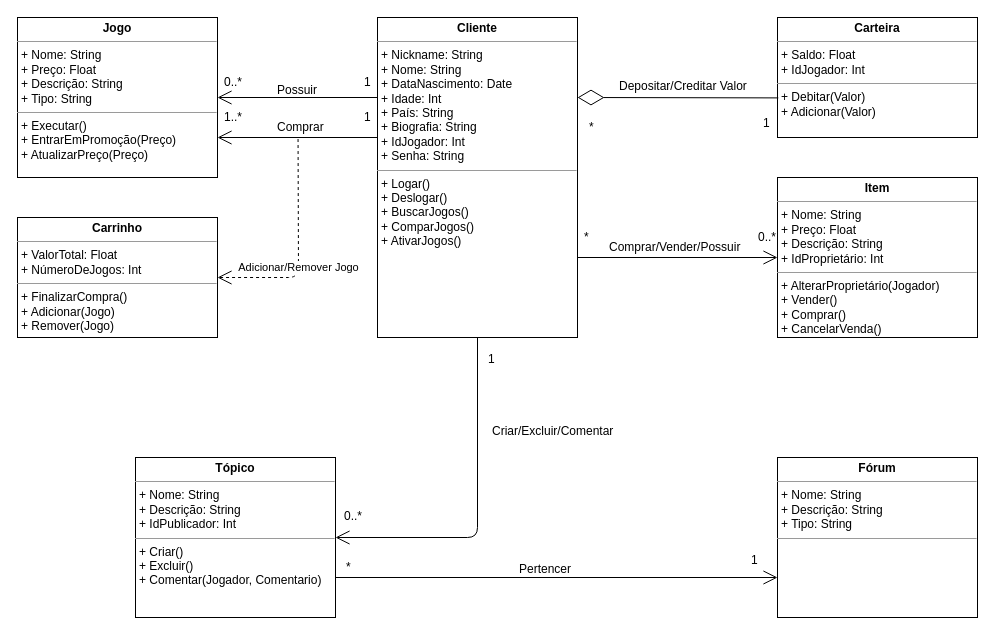
The draw.io diagram DiagramaClasses.drawio in Nathy14/Steam-PJTsoftware, before the edit. Source tidied: cells renumbered, new cells numbered last; positions are measured from the earlier drawing's top-left corner, leaving out a move shared by most shapes. Both pictures are drawn from the tidied source at 100%, with x=0, y=0 at pixel (17, 17).
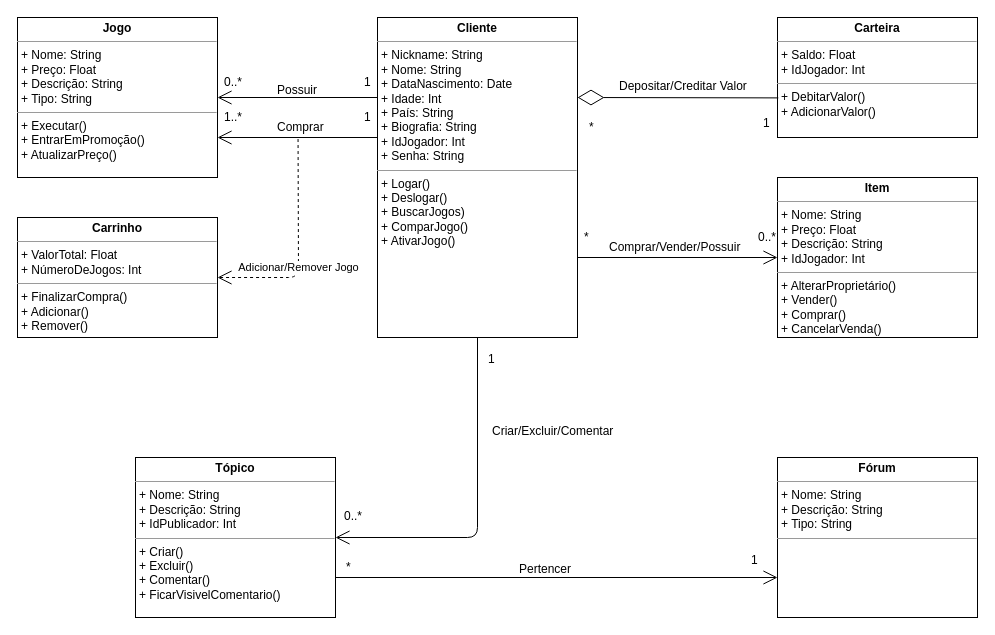
Above is the later version.

What changed in the source:
```diff
@@
-    <mxCell id="2" value="&lt;p style=&quot;margin: 0px ; margin-top: 4px ; text-align: center&quot;&gt;&lt;b&gt;Cliente&lt;/b&gt;&lt;/p&gt;&lt;hr size=&quot;1&quot;&gt;&lt;p style=&quot;margin: 0px ; margin-left: 4px&quot;&gt;+ Nickname: String&lt;br&gt;+ Nome: String&lt;br&gt;+ DataNascimento: Date&lt;br&gt;+ Idade: Int&lt;br&gt;+ País: String&lt;br&gt;+ Biografia: String&lt;br&gt;+ IdJogador: Int&lt;br&gt;+ Senha: String&lt;/p&gt;&lt;hr size=&quot;1&quot;&gt;&lt;p style=&quot;margin: 0px ; margin-left: 4px&quot;&gt;+ Logar()&lt;/p&gt;&lt;p style=&quot;margin: 0px ; margin-left: 4px&quot;&gt;+ Deslogar()&lt;br&gt;+ BuscarJogos()&lt;br&gt;+ ComparJogos()&lt;br&gt;+ AtivarJogos()&lt;br&gt;&lt;/p&gt;" style="verticalAlign=top;align=left;overflow=fill;fontSize=12;fontFamily=Helvetica;html=1;" parent="1" vertex="1">
+    <mxCell id="2" value="&lt;p style=&quot;margin: 0px ; margin-top: 4px ; text-align: center&quot;&gt;&lt;b&gt;Cliente&lt;/b&gt;&lt;/p&gt;&lt;hr size=&quot;1&quot;&gt;&lt;p style=&quot;margin: 0px ; margin-left: 4px&quot;&gt;+ Nickname: String&lt;br&gt;+ Nome: String&lt;br&gt;+ DataNascimento: Date&lt;br&gt;+ Idade: Int&lt;br&gt;+ País: String&lt;br&gt;+ Biografia: String&lt;br&gt;+ IdJogador: Int&lt;br&gt;+ Senha: String&lt;/p&gt;&lt;hr size=&quot;1&quot;&gt;&lt;p style=&quot;margin: 0px ; margin-left: 4px&quot;&gt;+ Logar()&lt;/p&gt;&lt;p style=&quot;margin: 0px ; margin-left: 4px&quot;&gt;+ Deslogar()&lt;br&gt;+ BuscarJogos)&lt;br&gt;+ ComparJogo()&lt;br&gt;+ AtivarJogo()&lt;br&gt;&lt;/p&gt;" style="verticalAlign=top;align=left;overflow=fill;fontSize=12;fontFamily=Helvetica;html=1;" parent="1" vertex="1">
       <mxGeometry x="360" width="200" height="320" as="geometry" />
     </mxCell>
-    <mxCell id="3" value="&lt;p style=&quot;margin: 0px ; margin-top: 4px ; text-align: center&quot;&gt;&lt;b&gt;Carteira&lt;/b&gt;&lt;/p&gt;&lt;hr size=&quot;1&quot;&gt;&lt;p style=&quot;margin: 0px ; margin-left: 4px&quot;&gt;+ Saldo: Float&lt;br&gt;+ IdJogador: Int&lt;/p&gt;&lt;hr size=&quot;1&quot;&gt;&lt;p style=&quot;margin: 0px ; margin-left: 4px&quot;&gt;+ Debitar(Valor)&lt;br&gt;+ Adicionar(Valor)&lt;/p&gt;" style="verticalAlign=top;align=left;overflow=fill;fontSize=12;fontFamily=Helvetica;html=1;" parent="1" vertex="1">
+    <mxCell id="3" value="&lt;p style=&quot;margin: 0px ; margin-top: 4px ; text-align: center&quot;&gt;&lt;b&gt;Carteira&lt;/b&gt;&lt;/p&gt;&lt;hr size=&quot;1&quot;&gt;&lt;p style=&quot;margin: 0px ; margin-left: 4px&quot;&gt;+ Saldo: Float&lt;br&gt;+ IdJogador: Int&lt;/p&gt;&lt;hr size=&quot;1&quot;&gt;&lt;p style=&quot;margin: 0px ; margin-left: 4px&quot;&gt;+ DebitarValor()&lt;br&gt;+ AdicionarValor()&lt;/p&gt;" style="verticalAlign=top;align=left;overflow=fill;fontSize=12;fontFamily=Helvetica;html=1;" parent="1" vertex="1">
       <mxGeometry x="760" width="200" height="120" as="geometry" />
     </mxCell>
-    <mxCell id="4" value="&lt;p style=&quot;margin: 0px ; margin-top: 4px ; text-align: center&quot;&gt;&lt;b&gt;Carrinho&lt;/b&gt;&lt;/p&gt;&lt;hr size=&quot;1&quot;&gt;&lt;p style=&quot;margin: 0px ; margin-left: 4px&quot;&gt;+ ValorTotal: Float&lt;br&gt;+ NúmeroDeJogos: Int&lt;/p&gt;&lt;hr size=&quot;1&quot;&gt;&lt;p style=&quot;margin: 0px ; margin-left: 4px&quot;&gt;+ FinalizarCompra()&lt;br&gt;+ Adicionar(Jogo)&lt;br&gt;+ Remover(Jogo)&lt;/p&gt;" style="verticalAlign=top;align=left;overflow=fill;fontSize=12;fontFamily=Helvetica;html=1;" parent="1" vertex="1">
+    <mxCell id="4" value="&lt;p style=&quot;margin: 0px ; margin-top: 4px ; text-align: center&quot;&gt;&lt;b&gt;Carrinho&lt;/b&gt;&lt;/p&gt;&lt;hr size=&quot;1&quot;&gt;&lt;p style=&quot;margin: 0px ; margin-left: 4px&quot;&gt;+ ValorTotal: Float&lt;br&gt;+ NúmeroDeJogos: Int&lt;/p&gt;&lt;hr size=&quot;1&quot;&gt;&lt;p style=&quot;margin: 0px ; margin-left: 4px&quot;&gt;+ FinalizarCompra()&lt;br&gt;+ Adicionar()&lt;br&gt;+ Remover()&lt;/p&gt;" style="verticalAlign=top;align=left;overflow=fill;fontSize=12;fontFamily=Helvetica;html=1;" parent="1" vertex="1">
       <mxGeometry y="200" width="200" height="120" as="geometry" />
     </mxCell>
-    <mxCell id="5" value="&lt;p style=&quot;margin: 0px ; margin-top: 4px ; text-align: center&quot;&gt;&lt;b&gt;Jogo&lt;/b&gt;&lt;/p&gt;&lt;hr size=&quot;1&quot;&gt;&lt;p style=&quot;margin: 0px ; margin-left: 4px&quot;&gt;+ Nome: String&lt;br&gt;+ Preço: Float&lt;br&gt;+ Descrição: String&lt;br&gt;+ Tipo: String&lt;/p&gt;&lt;hr size=&quot;1&quot;&gt;&lt;p style=&quot;margin: 0px ; margin-left: 4px&quot;&gt;+ Executar()&lt;br&gt;+ EntrarEmPromoção(Preço)&lt;br&gt;+ AtualizarPreço(Preço)&lt;/p&gt;" style="verticalAlign=top;align=left;overflow=fill;fontSize=12;fontFamily=Helvetica;html=1;" parent="1" vertex="1">
+    <mxCell id="5" value="&lt;p style=&quot;margin: 0px ; margin-top: 4px ; text-align: center&quot;&gt;&lt;b&gt;Jogo&lt;/b&gt;&lt;/p&gt;&lt;hr size=&quot;1&quot;&gt;&lt;p style=&quot;margin: 0px ; margin-left: 4px&quot;&gt;+ Nome: String&lt;br&gt;+ Preço: Float&lt;br&gt;+ Descrição: String&lt;br&gt;+ Tipo: String&lt;/p&gt;&lt;hr size=&quot;1&quot;&gt;&lt;p style=&quot;margin: 0px ; margin-left: 4px&quot;&gt;+ Executar()&lt;br&gt;+ EntrarEmPromoção()&lt;br&gt;+ AtualizarPreço()&lt;/p&gt;" style="verticalAlign=top;align=left;overflow=fill;fontSize=12;fontFamily=Helvetica;html=1;" parent="1" vertex="1">
       <mxGeometry width="200" height="160" as="geometry" />
     </mxCell>
-    <mxCell id="6" value="&lt;p style=&quot;margin: 0px ; margin-top: 4px ; text-align: center&quot;&gt;&lt;b&gt;Tópico&lt;/b&gt;&lt;/p&gt;&lt;hr size=&quot;1&quot;&gt;&lt;p style=&quot;margin: 0px ; margin-left: 4px&quot;&gt;+ Nome: String&lt;br&gt;+ Descrição: String&lt;br&gt;+ IdPublicador: Int&lt;/p&gt;&lt;hr size=&quot;1&quot;&gt;&lt;p style=&quot;margin: 0px ; margin-left: 4px&quot;&gt;+ Criar()&lt;br&gt;+ Excluir()&lt;br&gt;+ Comentar(Jogador, Comentario)&lt;br&gt;&lt;br&gt;&lt;/p&gt;" style="verticalAlign=top;align=left;overflow=fill;fontSize=12;fontFamily=Helvetica;html=1;" parent="1" vertex="1">
+    <mxCell id="6" value="&lt;p style=&quot;margin: 0px ; margin-top: 4px ; text-align: center&quot;&gt;&lt;b&gt;Tópico&lt;/b&gt;&lt;/p&gt;&lt;hr size=&quot;1&quot;&gt;&lt;p style=&quot;margin: 0px ; margin-left: 4px&quot;&gt;+ Nome: String&lt;br&gt;+ Descrição: String&lt;br&gt;+ IdPublicador: Int&lt;/p&gt;&lt;hr size=&quot;1&quot;&gt;&lt;p style=&quot;margin: 0px ; margin-left: 4px&quot;&gt;+ Criar()&lt;br&gt;+ Excluir()&lt;br&gt;+ Comentar()&lt;/p&gt;&lt;p style=&quot;margin: 0px ; margin-left: 4px&quot;&gt;+ FicarVisivelComentario()&lt;br&gt;&lt;br&gt;&lt;/p&gt;" style="verticalAlign=top;align=left;overflow=fill;fontSize=12;fontFamily=Helvetica;html=1;" parent="1" vertex="1">
       <mxGeometry x="118" y="440" width="200" height="160" as="geometry" />
     </mxCell>
-    <mxCell id="7" value="&lt;p style=&quot;margin: 0px ; margin-top: 4px ; text-align: center&quot;&gt;&lt;b&gt;Item&lt;/b&gt;&lt;/p&gt;&lt;hr size=&quot;1&quot;&gt;&lt;p style=&quot;margin: 0px ; margin-left: 4px&quot;&gt;+ Nome: String&lt;br&gt;+ Preço: Float&lt;br&gt;+ Descrição: String&lt;br&gt;+ IdProprietário: Int&lt;/p&gt;&lt;hr size=&quot;1&quot;&gt;&lt;p style=&quot;margin: 0px ; margin-left: 4px&quot;&gt;+ AlterarProprietário(Jogador)&lt;br&gt;+ Vender()&lt;br&gt;+ Comprar()&lt;br&gt;+ CancelarVenda()&lt;/p&gt;" style="verticalAlign=top;align=left;overflow=fill;fontSize=12;fontFamily=Helvetica;html=1;" parent="1" vertex="1">
+    <mxCell id="7" value="&lt;p style=&quot;margin: 0px ; margin-top: 4px ; text-align: center&quot;&gt;&lt;b&gt;Item&lt;/b&gt;&lt;/p&gt;&lt;hr size=&quot;1&quot;&gt;&lt;p style=&quot;margin: 0px ; margin-left: 4px&quot;&gt;+ Nome: String&lt;br&gt;+ Preço: Float&lt;br&gt;+ Descrição: String&lt;br&gt;+ IdJogador: Int&lt;/p&gt;&lt;hr size=&quot;1&quot;&gt;&lt;p style=&quot;margin: 0px ; margin-left: 4px&quot;&gt;+ AlterarProprietário()&lt;br&gt;+ Vender()&lt;br&gt;+ Comprar()&lt;br&gt;+ CancelarVenda()&lt;/p&gt;" style="verticalAlign=top;align=left;overflow=fill;fontSize=12;fontFamily=Helvetica;html=1;" parent="1" vertex="1">
       <mxGeometry x="760" y="160" width="200" height="160" as="geometry" />
     </mxCell>
```
